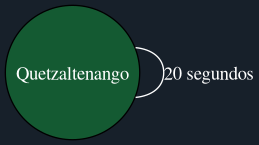
Above: Rapidito/ruta_mas_corta.png in Marco131-xel/Edd_Proyecto2 (Graphviz), before the change. Its source is kept beside it as Rapidito/ruta_mas_corta.dot.
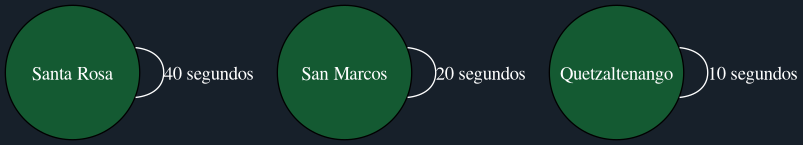
The same file after the commit.

The edit, as a diff of the source:
```diff
@@ -2,5 +2,7 @@
   bgcolor="#17202a";
   node [style=filled, fillcolor="#145a32", fontcolor="white", shape=circle, width=1.4, fixedsize=true];
   edge [color="white", fontcolor="white"];
-  "Quetzaltenango" -- "Quetzaltenango" [label="20 segundos"];
+  "Santa Rosa" -- "Santa Rosa" [label="40 segundos"];
+  "San Marcos" -- "San Marcos" [label="20 segundos"];
+  "Quetzaltenango" -- "Quetzaltenango" [label="10 segundos"];
 }
```
